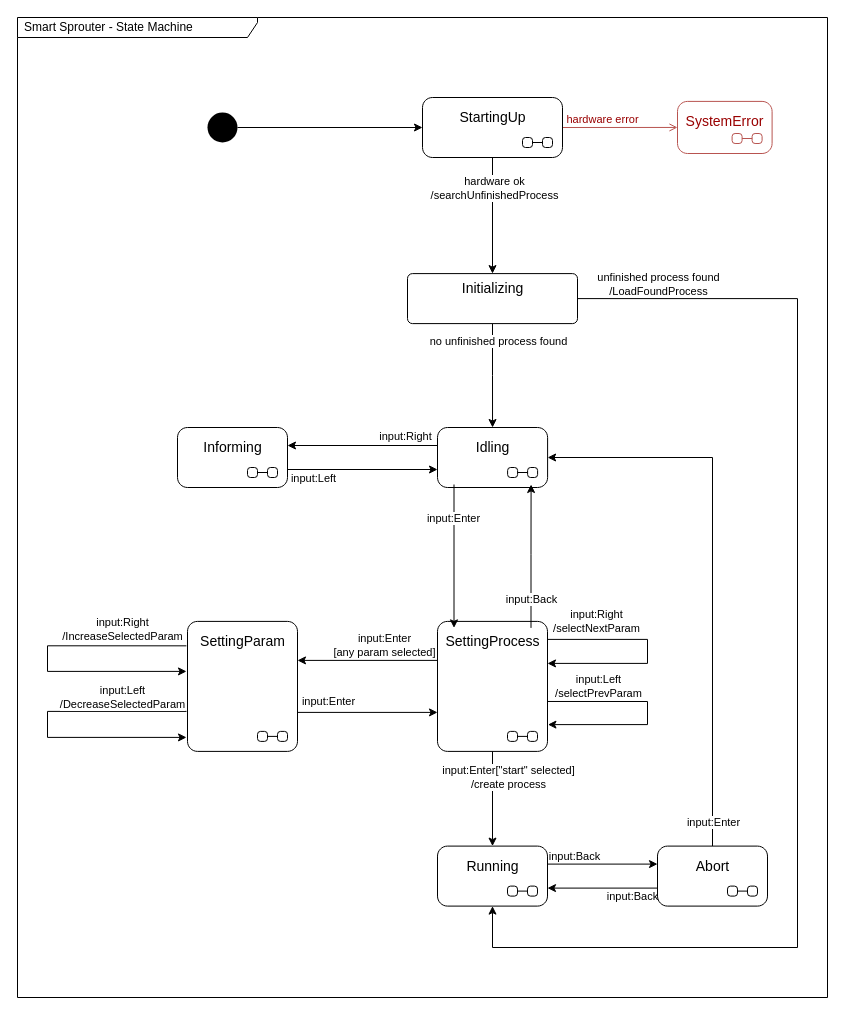
Above: page "SmartSprouter" (1 of 9) of Documents/SmartSprouter_SystemFlow.drawio in EhudVardi/SmartSprouter (draw.io), before the change. Source tidied: cells renumbered, new cells numbered last; positions are measured from the earlier drawing's top-left corner, leaving out a move shared by most shapes. Both pictures are drawn from the tidied source at 100%, with x=0, y=0 at pixel (17, 17).
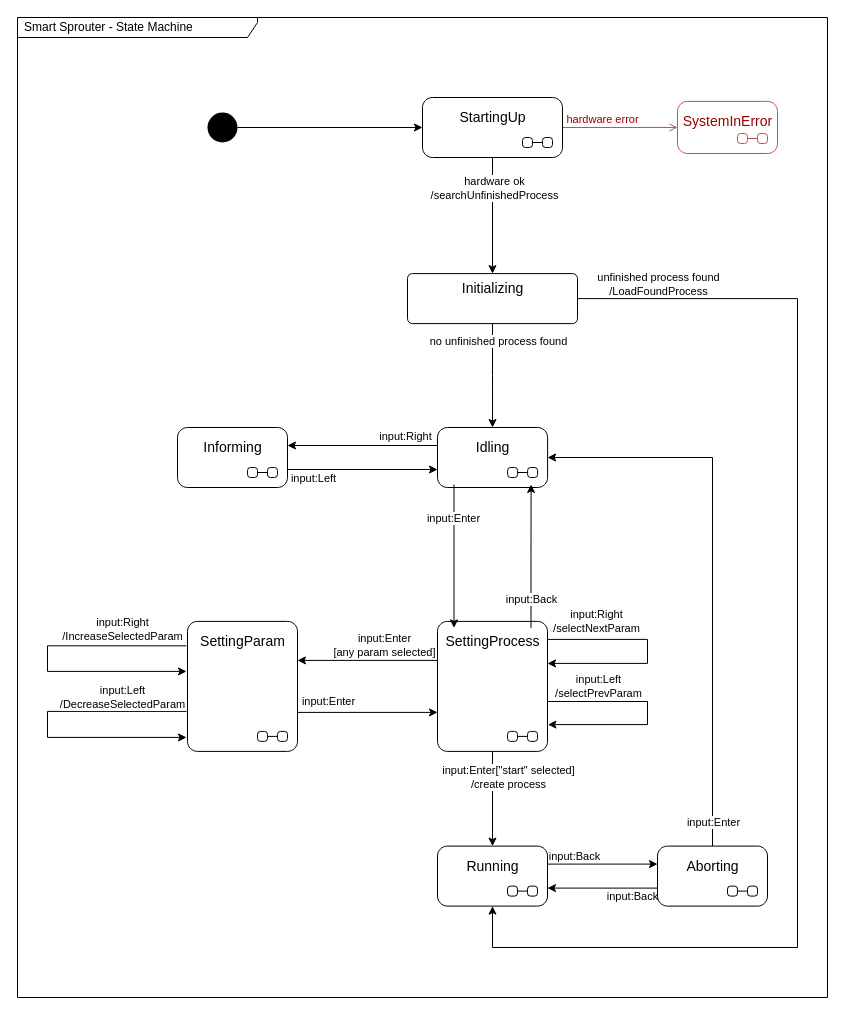
The same page after the edit.

What changed in the source:
```diff
@@
-    <mxCell id="7" value="&lt;font style=&quot;font-size: 14px;&quot;&gt;SystemError&lt;/font&gt;" style="shape=umlState;rounded=1;verticalAlign=top;spacingTop=5;umlStateSymbol=collapseState;absoluteArcSize=1;arcSize=10;dashed=0;fontFamily=Helvetica;fontSize=12;align=center;strokeColor=#b85450;fillColor=none;html=1;fontColor=#990000;" parent="1" vertex="1">
-      <mxGeometry x="660" y="83.9" width="94.6" height="52.1" as="geometry" />
+    <mxCell id="7" value="&lt;font style=&quot;font-size: 14px;&quot;&gt;SystemInError&lt;/font&gt;" style="shape=umlState;rounded=1;verticalAlign=top;spacingTop=5;umlStateSymbol=collapseState;absoluteArcSize=1;arcSize=10;dashed=0;fontFamily=Helvetica;fontSize=12;align=center;strokeColor=#b85450;fillColor=none;html=1;fontColor=#990000;" parent="1" vertex="1">
+      <mxGeometry x="660" y="83.9" width="100" height="52.1" as="geometry" />
     </mxCell>
@@
-    <mxCell id="42" value="&lt;span style=&quot;font-size: 14px;&quot;&gt;Abort&lt;/span&gt;" style="shape=umlState;rounded=1;verticalAlign=top;spacingTop=5;umlStateSymbol=collapseState;absoluteArcSize=1;arcSize=10;dashed=0;fontFamily=Helvetica;fontSize=12;fontColor=default;align=center;strokeColor=default;fillColor=default;html=1;" parent="1" vertex="1">
+    <mxCell id="42" value="&lt;span style=&quot;font-size: 14px;&quot;&gt;Aborting&lt;/span&gt;" style="shape=umlState;rounded=1;verticalAlign=top;spacingTop=5;umlStateSymbol=collapseState;absoluteArcSize=1;arcSize=10;dashed=0;fontFamily=Helvetica;fontSize=12;fontColor=default;align=center;strokeColor=default;fillColor=default;html=1;" parent="1" vertex="1">
       <mxGeometry x="640" y="828.6" width="110" height="60" as="geometry" />
     </mxCell>
```
